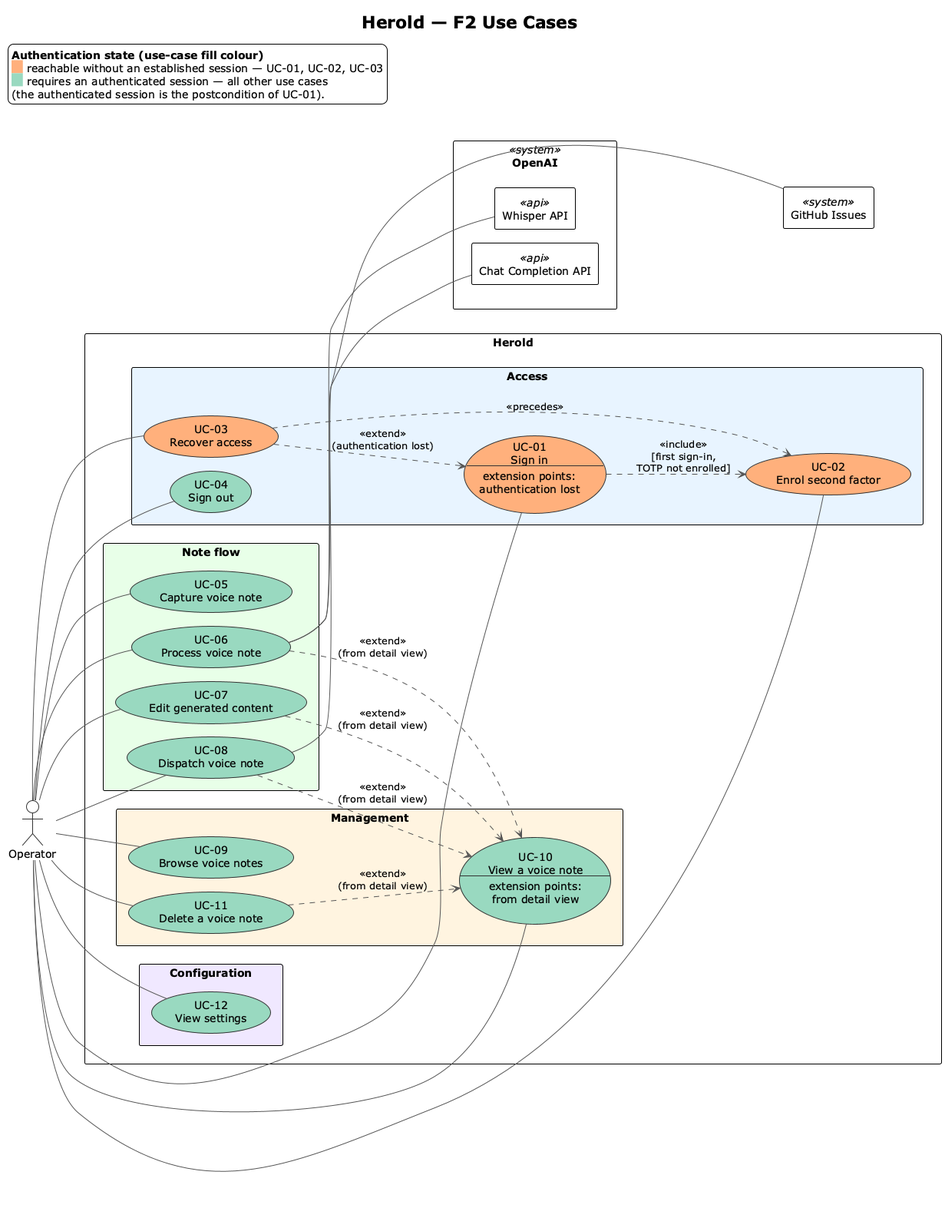
Above: docs/spec/diagrams-png/f2-use-cases.png in carstenlucke/herold (PlantUML), before the change.
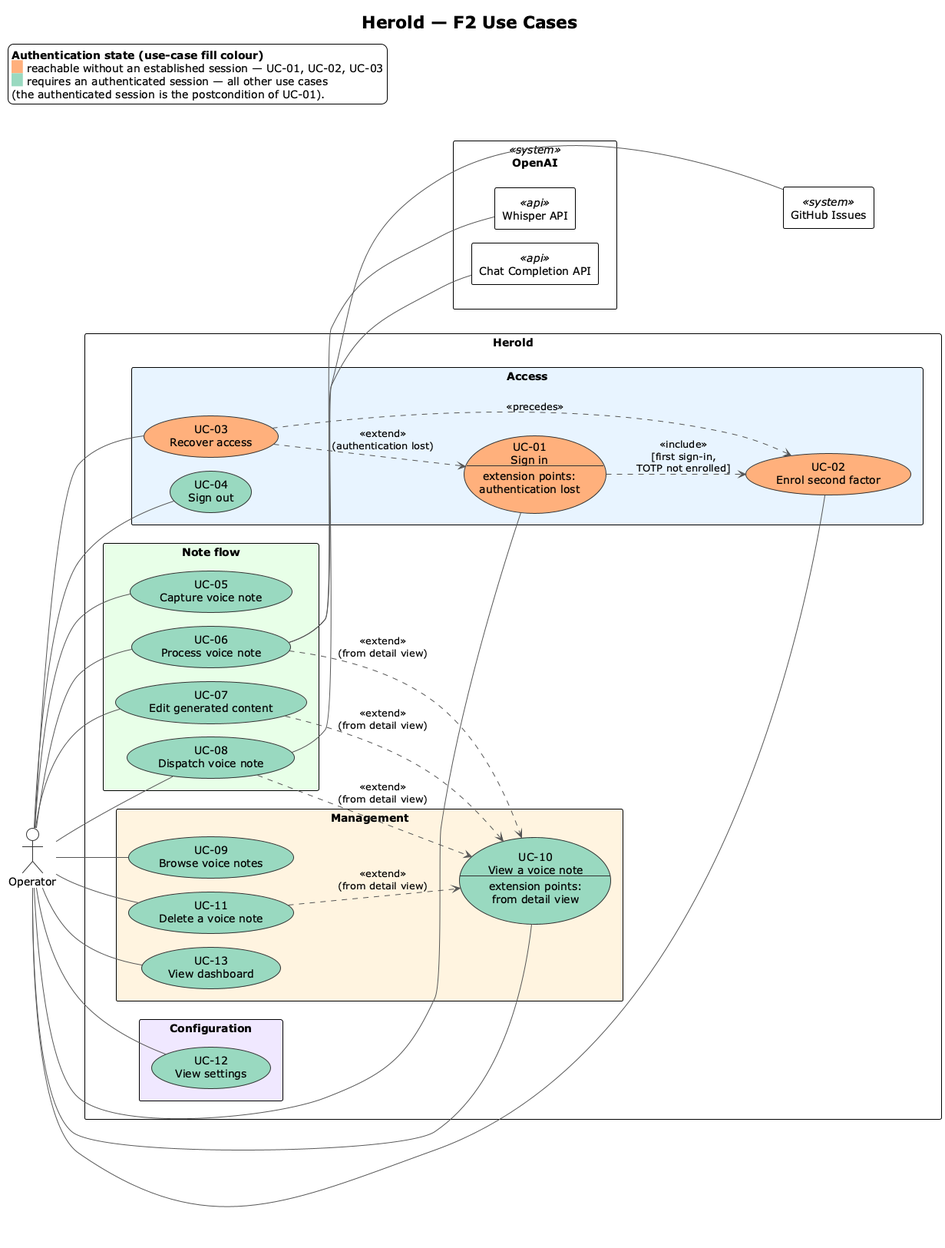
After the change.

Commit message:
docs(spec): add UC-13 View dashboard, regroup DLG-06 under Management

The edit, as a diff of the source:
```diff
@@ -35,6 +35,7 @@
     usecase "UC-09\nBrowse voice notes"                                            as UC09 #99D9C0
     usecase "UC-10\nView a voice note\n--\nextension points:\nfrom detail view"    as UC10 #99D9C0
     usecase "UC-11\nDelete a voice note"                                           as UC11 #99D9C0
+    usecase "UC-13\nView dashboard"                                                as UC13 #99D9C0
   }
 
   package "Configuration" as CONFIG #F0E8FF {
@@ -60,6 +61,7 @@
 OP -- UC10
 OP -- UC11
 OP -- UC12
+OP -- UC13
 
 UC06 -- WHISPER
 UC06 -- CHAT
```
